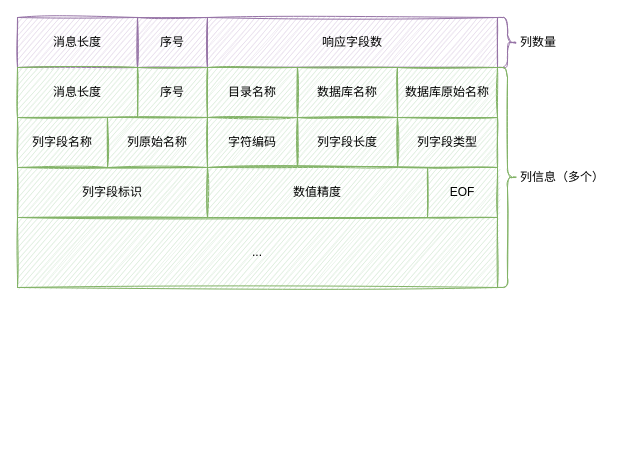
Earlier version of the draw.io diagram ck mysql response drawio.drawio (leonce28/draw-io-img). Source tidied: cells renumbered, new cells numbered last; positions are measured from the earlier drawing's top-left corner, leaving out a move shared by most shapes. Both pictures are drawn from the tidied source at 100%, with x=0, y=0 at pixel (17, 17).
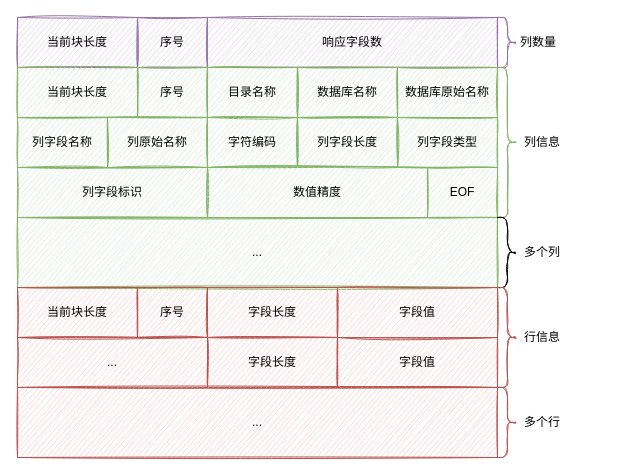
After the change.

Diff of the diagram source:
```diff
@@
-    <mxCell id="2" value="消息长度" style="rounded=0;whiteSpace=wrap;html=1;fillStyle=auto;fillColor=#e1d5e7;gradientDirection=north;sketch=1;strokeColor=#9673a6;" parent="1" vertex="1">
+    <mxCell id="2" value="当前块长度" style="rounded=0;whiteSpace=wrap;html=1;fillStyle=auto;fillColor=#e1d5e7;gradientDirection=north;sketch=1;strokeColor=#9673a6;" parent="1" vertex="1">
       <mxGeometry width="120" height="50" as="geometry" />
     </mxCell>
@@
-    <mxCell id="7" value="消息长度" style="rounded=0;whiteSpace=wrap;html=1;fillStyle=auto;fillColor=#d5e8d4;gradientDirection=north;sketch=1;strokeColor=#82b366;" parent="1" vertex="1">
+    <mxCell id="7" value="当前块长度" style="rounded=0;whiteSpace=wrap;html=1;fillStyle=auto;fillColor=#d5e8d4;gradientDirection=north;sketch=1;strokeColor=#82b366;" parent="1" vertex="1">
       <mxGeometry y="50" width="120" height="50" as="geometry" />
     </mxCell>
@@
     <mxCell id="20" style="shape=curlyBracket;whiteSpace=wrap;html=1;rounded=1;flipH=1;fillColor=#d5e8d4;strokeColor=#82b366;sketch=1;" parent="1" vertex="1">
-      <mxGeometry x="480" y="50" width="20" height="220" as="geometry" />
+      <mxGeometry x="480" y="50" width="20" height="150" as="geometry" />
     </mxCell>
-    <mxCell id="21" value="列信息（多个）" style="text;html=1;strokeColor=none;fillColor=none;align=center;verticalAlign=middle;whiteSpace=wrap;rounded=0;sketch=1;" parent="1" vertex="1">
-      <mxGeometry x="500" y="150" width="90" height="20" as="geometry" />
+    <mxCell id="21" value="列信息" style="text;html=1;strokeColor=none;fillColor=none;align=center;verticalAlign=middle;whiteSpace=wrap;rounded=0;sketch=1;" parent="1" vertex="1">
+      <mxGeometry x="500" y="115" width="50" height="20" as="geometry" />
     </mxCell>
@@
+    <mxCell id="23" style="shape=curlyBracket;whiteSpace=wrap;html=1;rounded=1;flipH=1;sketch=1;fillColor=none;" parent="1" vertex="1">
+      <mxGeometry x="480" y="200" width="20" height="70" as="geometry" />
+    </mxCell>
+    <mxCell id="24" value="多个列" style="text;html=1;strokeColor=none;fillColor=none;align=center;verticalAlign=middle;whiteSpace=wrap;rounded=0;sketch=1;" parent="1" vertex="1">
+      <mxGeometry x="500" y="225" width="50" height="20" as="geometry" />
+    </mxCell>
+    <mxCell id="25" value="当前块长度" style="rounded=0;whiteSpace=wrap;html=1;fillStyle=auto;fillColor=#f8cecc;gradientDirection=north;sketch=1;strokeColor=#b85450;" parent="1" vertex="1">
+      <mxGeometry y="270" width="120" height="50" as="geometry" />
+    </mxCell>
+    <mxCell id="26" value="序号" style="rounded=0;whiteSpace=wrap;html=1;fillStyle=auto;fillColor=#f8cecc;gradientDirection=north;sketch=1;strokeColor=#b85450;" parent="1" vertex="1">
+      <mxGeometry x="120" y="270" width="70" height="50" as="geometry" />
+    </mxCell>
+    <mxCell id="27" value="字段长度" style="rounded=0;whiteSpace=wrap;html=1;fillStyle=auto;fillColor=#f8cecc;gradientDirection=north;sketch=1;strokeColor=#b85450;" parent="1" vertex="1">
+      <mxGeometry x="190" y="270" width="130" height="50" as="geometry" />
+    </mxCell>
+    <mxCell id="28" value="字段值" style="rounded=0;whiteSpace=wrap;html=1;fillStyle=auto;fillColor=#f8cecc;gradientDirection=north;sketch=1;strokeColor=#b85450;" parent="1" vertex="1">
+      <mxGeometry x="320" y="270" width="160" height="50" as="geometry" />
+    </mxCell>
+    <mxCell id="29" value="..." style="rounded=0;whiteSpace=wrap;html=1;fillStyle=auto;fillColor=#f8cecc;gradientDirection=north;sketch=1;strokeColor=#b85450;" parent="1" vertex="1">
+      <mxGeometry y="320" width="190" height="50" as="geometry" />
+    </mxCell>
+    <mxCell id="30" value="字段长度" style="rounded=0;whiteSpace=wrap;html=1;fillStyle=auto;fillColor=#f8cecc;gradientDirection=north;sketch=1;strokeColor=#b85450;" parent="1" vertex="1">
+      <mxGeometry x="190" y="320" width="130" height="50" as="geometry" />
+    </mxCell>
+    <mxCell id="31" value="字段值" style="rounded=0;whiteSpace=wrap;html=1;fillStyle=auto;fillColor=#f8cecc;gradientDirection=north;sketch=1;strokeColor=#b85450;" parent="1" vertex="1">
+      <mxGeometry x="320" y="320" width="160" height="50" as="geometry" />
+    </mxCell>
+    <mxCell id="32" style="shape=curlyBracket;whiteSpace=wrap;html=1;rounded=1;flipH=1;sketch=1;fillColor=#f8cecc;strokeColor=#b85450;" parent="1" vertex="1">
+      <mxGeometry x="480" y="270" width="20" height="100" as="geometry" />
+    </mxCell>
+    <mxCell id="33" value="行信息" style="text;html=1;strokeColor=none;fillColor=none;align=center;verticalAlign=middle;whiteSpace=wrap;rounded=0;sketch=1;" parent="1" vertex="1">
+      <mxGeometry x="500" y="310" width="50" height="20" as="geometry" />
+    </mxCell>
+    <mxCell id="34" value="..." style="rounded=0;whiteSpace=wrap;html=1;fillStyle=auto;fillColor=#f8cecc;gradientDirection=north;sketch=1;strokeColor=#b85450;" parent="1" vertex="1">
+      <mxGeometry y="370" width="480" height="70" as="geometry" />
+    </mxCell>
+    <mxCell id="35" style="shape=curlyBracket;whiteSpace=wrap;html=1;rounded=1;flipH=1;sketch=1;fillColor=#f8cecc;strokeColor=#b85450;" parent="1" vertex="1">
+      <mxGeometry x="480" y="370" width="20" height="70" as="geometry" />
+    </mxCell>
+    <mxCell id="36" value="多个行" style="text;html=1;strokeColor=none;fillColor=none;align=center;verticalAlign=middle;whiteSpace=wrap;rounded=0;sketch=1;" parent="1" vertex="1">
+      <mxGeometry x="500" y="395" width="50" height="20" as="geometry" />
+    </mxCell>
```
